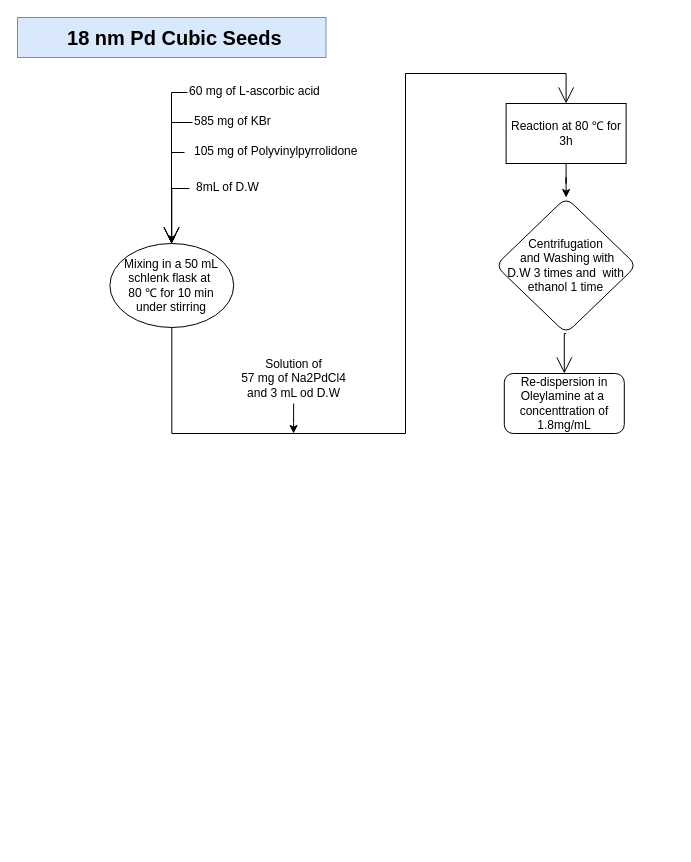
Before: page "Page-6" (6 of 7) of Untitled Diagram.drawio in marcelo1356/Training, a draw.io diagram. Source tidied: cells renumbered, new cells numbered last; positions are measured from the earlier drawing's top-left corner, leaving out a move shared by most shapes. Both pictures are drawn from the tidied source at 100%, with x=0, y=0 at pixel (17, 17).
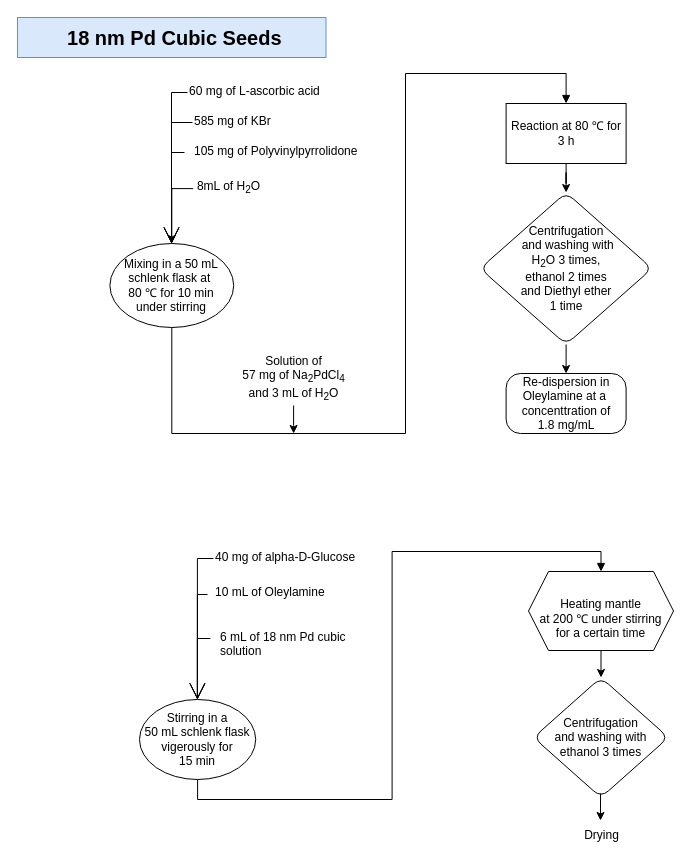
Above is the later version.

Unchanged cells that the change refers to:
```xml
<mxCell id="9" value="Mixing in a 50 mL schlenk flask at&amp;nbsp; &lt;br&gt;80 ℃&amp;nbsp;for 10 min &lt;br&gt;under stirring" style="ellipse;whiteSpace=wrap;html=1;hachureGap=4;" parent="1" vertex="1">
  <mxGeometry x="92.4" y="226" width="123.8" height="84" as="geometry" />
</mxCell>
```

Change to the diagram source:
```diff
@@
-    <mxCell id="8" style="edgeStyle=orthogonalEdgeStyle;rounded=0;jettySize=auto;html=1;entryX=0.5;entryY=0;entryDx=0;entryDy=0;fontSize=20;endArrow=open;startSize=14;endSize=14;sourcePerimeterSpacing=8;targetPerimeterSpacing=8;exitX=0.5;exitY=1;exitDx=0;exitDy=0;" parent="1" edge="1" source="9" target="16">
+    <mxCell id="8" style="edgeStyle=orthogonalEdgeStyle;rounded=0;jettySize=auto;html=1;entryX=0.5;entryY=0;entryDx=0;entryDy=0;fontSize=20;endArrow=block;sourcePerimeterSpacing=8;targetPerimeterSpacing=8;exitX=0.5;exitY=1;exitDx=0;exitDy=0;endFill=1;" parent="1" edge="1" source="9" target="16">
       <mxGeometry relative="1" as="geometry">
         <Array as="points">
           <mxPoint x="154" y="416" />
           <mxPoint x="388" y="416" />
           <mxPoint x="388" y="56" />
           <mxPoint x="549" y="56" />
         </Array>
       </mxGeometry>
     </mxCell>
@@
-    <mxCell id="10" style="edgeStyle=orthogonalEdgeStyle;rounded=0;jettySize=auto;html=1;fontSize=20;endArrow=open;startSize=14;endSize=14;sourcePerimeterSpacing=8;targetPerimeterSpacing=8;exitX=0.5;exitY=1;exitDx=0;exitDy=0;entryX=0.5;entryY=0;entryDx=0;entryDy=0;" parent="1" edge="1" source="11" target="17">
+    <mxCell id="10" style="edgeStyle=orthogonalEdgeStyle;rounded=0;jettySize=auto;html=1;exitX=0.5;exitY=1;exitDx=0;exitDy=0;entryX=0.5;entryY=0;entryDx=0;entryDy=0;" parent="1" edge="1" source="11" target="17">
       <mxGeometry relative="1" as="geometry" />
     </mxCell>
-    <mxCell id="11" value="Centrifugation&lt;br&gt;&amp;nbsp;and Washing with &lt;br&gt;D.W 3 times and&amp;nbsp; with ethanol 1 time" style="rhombus;whiteSpace=wrap;html=1;rounded=1;hachureGap=4;" parent="1" vertex="1">
-      <mxGeometry x="478" y="180" width="141.2" height="136" as="geometry" />
+    <mxCell id="11" value="Centrifugation&lt;br&gt;&amp;nbsp;and washing with &lt;br&gt;&lt;span&gt;H&lt;/span&gt;&lt;sub&gt;2&lt;/sub&gt;&lt;span&gt;O&lt;/span&gt;&amp;nbsp;3 times,&lt;br&gt;ethanol 2 times&lt;br&gt;and&amp;nbsp;Diethyl ether &lt;br&gt;1 time" style="rhombus;whiteSpace=wrap;html=1;rounded=1;hachureGap=4;" parent="1" vertex="1">
+      <mxGeometry x="462.6" y="175" width="172" height="152" as="geometry" />
     </mxCell>
@@
-    <mxCell id="14" value="&lt;span&gt;8mL of D.W&lt;/span&gt;" style="text;html=1;align=center;verticalAlign=middle;points=[];strokeColor=none;fillColor=none;" parent="1" vertex="1">
-      <mxGeometry x="170" y="160" width="80" height="20" as="geometry" />
+    <mxCell id="14" value="8mL of H&lt;sub&gt;2&lt;/sub&gt;O" style="text;html=1;align=center;verticalAlign=middle;points=[];strokeColor=none;fillColor=none;" parent="1" vertex="1">
+      <mxGeometry x="174" y="159" width="73" height="22" as="geometry" />
     </mxCell>
@@
-    <mxCell id="16" value="Reaction at 80 ℃ for 3h" style="rounded=0;whiteSpace=wrap;html=1;" parent="1" vertex="1">
+    <mxCell id="16" value="Reaction at 80 ℃ for 3 h" style="rounded=0;whiteSpace=wrap;html=1;" parent="1" vertex="1">
       <mxGeometry x="488.6" y="86" width="120" height="60" as="geometry" />
     </mxCell>
-    <mxCell id="17" value="Re-dispersion in Oleylamine at a&amp;nbsp; concenttration of 1.8mg/mL" style="rounded=1;whiteSpace=wrap;html=1;" parent="1" vertex="1">
-      <mxGeometry x="486.8" y="356" width="120" height="60" as="geometry" />
+    <mxCell id="17" value="Re-dispersion in Oleylamine at a&amp;nbsp; concenttration of &lt;br&gt;1.8 mg/mL" style="rounded=1;whiteSpace=wrap;html=1;arcSize=24;" parent="1" vertex="1">
+      <mxGeometry x="488.6" y="356" width="120" height="60" as="geometry" />
     </mxCell>
@@
-    <mxCell id="19" value="Solution of&lt;br&gt;57 mg of Na2PdCl4 &lt;br&gt;and 3 mL od D.W" style="text;html=1;align=center;verticalAlign=middle;points=[];strokeColor=none;fillColor=none;" parent="1" vertex="1">
-      <mxGeometry x="216.1" y="336" width="120" height="50" as="geometry" />
+    <mxCell id="19" value="Solution of&lt;br&gt;57 mg of Na&lt;sub&gt;2&lt;/sub&gt;PdCl&lt;sub&gt;4 &lt;/sub&gt;&lt;br&gt;and 3 mL of H&lt;sub&gt;2&lt;/sub&gt;O" style="text;html=1;align=center;verticalAlign=middle;points=[];strokeColor=none;fillColor=none;" parent="1" vertex="1">
+      <mxGeometry x="220.1" y="334" width="112" height="54" as="geometry" />
     </mxCell>
+    <mxCell id="20" style="edgeStyle=orthogonalEdgeStyle;rounded=0;jettySize=auto;html=1;entryX=0.5;entryY=0;entryDx=0;entryDy=0;fontSize=20;endArrow=block;sourcePerimeterSpacing=8;targetPerimeterSpacing=8;exitX=0.5;exitY=1;exitDx=0;exitDy=0;endFill=1;" parent="1" edge="1" source="31" target="22">
+      <mxGeometry relative="1" as="geometry" />
+    </mxCell>
+    <mxCell id="21" style="edgeStyle=orthogonalEdgeStyle;rounded=0;jettySize=auto;html=1;exitX=0.5;exitY=1;exitDx=0;exitDy=0;entryX=0.5;entryY=0;entryDx=0;entryDy=0;" parent="1" edge="1" source="22" target="23">
+      <mxGeometry relative="1" as="geometry" />
+    </mxCell>
+    <mxCell id="22" value="&lt;br&gt;Heating mantle &lt;br&gt;at 200 ℃ under stirring&lt;br&gt;for a certain time&lt;br&gt;" style="shape=hexagon;perimeter=hexagonPerimeter2;whiteSpace=wrap;html=1;fixedSize=1;hachureGap=4;" parent="1" vertex="1">
+      <mxGeometry x="511" y="554" width="145" height="79" as="geometry" />
+    </mxCell>
+    <mxCell id="23" value="Centrifugation &lt;br&gt;and washing with ethanol 3 times" style="rhombus;whiteSpace=wrap;html=1;rounded=1;hachureGap=4;" parent="1" vertex="1">
+      <mxGeometry x="516" y="660" width="135" height="120" as="geometry" />
+    </mxCell>
+    <mxCell id="24" value="Drying" style="text;html=1;align=center;verticalAlign=middle;strokeColor=none;fillColor=none;" parent="1" vertex="1">
+      <mxGeometry x="561.5" y="809" width="44" height="18" as="geometry" />
+    </mxCell>
+    <mxCell id="25" style="edgeStyle=elbowEdgeStyle;rounded=0;jettySize=auto;html=1;exitX=0;exitY=0.5;exitDx=0;exitDy=0;entryX=0.5;entryY=0;entryDx=0;entryDy=0;endArrow=open;startSize=14;endSize=14;sourcePerimeterSpacing=8;targetPerimeterSpacing=8;" parent="1" edge="1" source="26" target="31">
+      <mxGeometry relative="1" as="geometry">
+        <Array as="points">
+          <mxPoint x="179.9" y="566" />
+          <mxPoint x="165.9" y="616" />
+        </Array>
+      </mxGeometry>
+    </mxCell>
+    <mxCell id="26" value="40 mg of alpha-D-Glucose" style="text;whiteSpace=wrap;html=1;" parent="1" vertex="1">
+      <mxGeometry x="195.9" y="526" width="160" height="30" as="geometry" />
+    </mxCell>
+    <mxCell id="27" style="edgeStyle=elbowEdgeStyle;rounded=0;jettySize=auto;html=1;entryX=0.5;entryY=0;entryDx=0;entryDy=0;endArrow=open;startSize=14;endSize=14;sourcePerimeterSpacing=8;targetPerimeterSpacing=8;" parent="1" edge="1" target="31">
+      <mxGeometry relative="1" as="geometry">
+        <mxPoint x="190" y="577" as="sourcePoint" />
+        <Array as="points">
+          <mxPoint x="179.9" y="606" />
+          <mxPoint x="165.9" y="636" />
+        </Array>
+      </mxGeometry>
+    </mxCell>
+    <mxCell id="28" value="10 mL of Oleylamine" style="text;whiteSpace=wrap;html=1;" parent="1" vertex="1">
+      <mxGeometry x="195.9" y="561" width="170" height="30" as="geometry" />
+    </mxCell>
+    <mxCell id="29" style="edgeStyle=elbowEdgeStyle;rounded=0;jettySize=auto;html=1;entryX=0.5;entryY=0;entryDx=0;entryDy=0;endArrow=open;startSize=14;endSize=14;sourcePerimeterSpacing=8;targetPerimeterSpacing=8;" parent="1" edge="1" source="30" target="31">
+      <mxGeometry relative="1" as="geometry">
+        <Array as="points">
+          <mxPoint x="179.9" y="656" />
+          <mxPoint x="167.9" y="646" />
+        </Array>
+      </mxGeometry>
+    </mxCell>
+    <mxCell id="30" value="6 mL of 18 nm Pd cubic&lt;br&gt;solution" style="text;whiteSpace=wrap;html=1;" parent="1" vertex="1">
+      <mxGeometry x="200.9" y="606" width="143" height="30" as="geometry" />
+    </mxCell>
+    <mxCell id="31" value="Stirring in a &lt;br&gt;50 mL schlenk flask&lt;br&gt;vigerously for &lt;br&gt;15 min" style="ellipse;whiteSpace=wrap;html=1;hachureGap=4;" parent="1" vertex="1">
+      <mxGeometry x="122" y="682" width="116.2" height="80" as="geometry" />
+    </mxCell>
+    <mxCell id="32" style="edgeStyle=orthogonalEdgeStyle;rounded=0;orthogonalLoop=1;jettySize=auto;html=1;exitX=0.5;exitY=1;exitDx=0;exitDy=0;entryX=0.5;entryY=0;entryDx=0;entryDy=0;" parent="1" edge="1">
+      <mxGeometry relative="1" as="geometry">
+        <mxPoint x="583" y="776" as="sourcePoint" />
+        <mxPoint x="583" y="803" as="targetPoint" />
+      </mxGeometry>
+    </mxCell>
```
